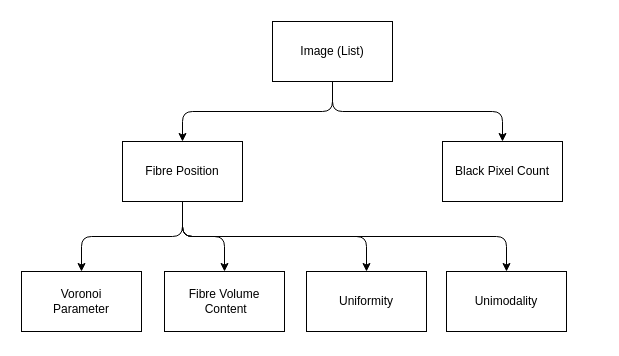
This is Unbenanntes Diagramm.drawio from kay-squared/PyTorchLearn, a draw.io file, before an edit. Source tidied: cells renumbered, new cells numbered last; positions are measured from the earlier drawing's top-left corner, leaving out a move shared by most shapes. Both pictures are drawn from the tidied source at 100%, with x=0, y=0 at pixel (21, 21).
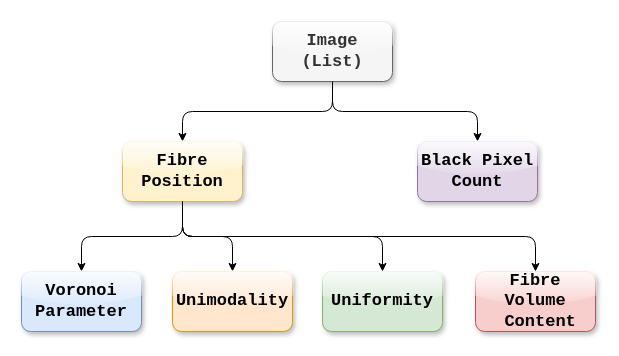
After the change.

Change to the diagram source:
```diff
@@
 <mxGraphModel>
   <root>
     <mxCell id="0" />
     <mxCell id="1" parent="0" />
     <mxCell id="2" style="edgeStyle=elbowEdgeStyle;elbow=vertical;html=1;rounded=1;curved=0;sourcePerimeterSpacing=0;targetPerimeterSpacing=0;startSize=6;endSize=6;exitX=0.5;exitY=1;exitDx=0;exitDy=0;entryX=0.5;entryY=0;entryDx=0;entryDy=0;" parent="1" edge="1" source="3" target="4">
       <mxGeometry relative="1" as="geometry" />
     </mxCell>
-    <mxCell id="3" value="Image (List)" style="rounded=0;whiteSpace=wrap;html=1;" parent="1" vertex="1">
+    <mxCell id="3" value="Image (List)" style="rounded=1;whiteSpace=wrap;html=1;fillColor=#f5f5f5;fontColor=#333333;strokeColor=#666666;fontFamily=Courier New;fontSize=17;fontStyle=1;glass=1;shadow=1;" parent="1" vertex="1">
       <mxGeometry x="251" width="120" height="60" as="geometry" />
     </mxCell>
-    <mxCell id="4" value="Fibre Position" style="rounded=0;whiteSpace=wrap;html=1;" parent="1" vertex="1">
+    <mxCell id="4" value="Fibre Position" style="rounded=1;whiteSpace=wrap;html=1;fillColor=#fff2cc;strokeColor=#d6b656;fontFamily=Courier New;fontSize=17;fontStyle=1;glass=1;shadow=1;" parent="1" vertex="1">
       <mxGeometry x="101" y="120" width="120" height="60" as="geometry" />
     </mxCell>
     <mxCell id="5" style="edgeStyle=elbowEdgeStyle;elbow=vertical;html=1;rounded=1;curved=0;sourcePerimeterSpacing=0;targetPerimeterSpacing=0;startSize=6;endSize=6;entryX=0.5;entryY=0;entryDx=0;entryDy=0;exitX=0.5;exitY=1;exitDx=0;exitDy=0;" parent="1" edge="1" source="3" target="6">
       <mxGeometry relative="1" as="geometry" />
     </mxCell>
-    <mxCell id="6" value="Black Pixel Count" style="rounded=0;whiteSpace=wrap;html=1;" parent="1" vertex="1">
-      <mxGeometry x="421" y="120" width="120" height="60" as="geometry" />
+    <mxCell id="6" value="Black Pixel Count" style="rounded=1;whiteSpace=wrap;html=1;fillColor=#e1d5e7;strokeColor=#9673a6;fontFamily=Courier New;fontSize=17;fontStyle=1;glass=1;shadow=1;" parent="1" vertex="1">
+      <mxGeometry x="396" y="120" width="120" height="60" as="geometry" />
     </mxCell>
     <mxCell id="7" style="edgeStyle=elbowEdgeStyle;elbow=vertical;html=1;rounded=1;curved=0;sourcePerimeterSpacing=0;targetPerimeterSpacing=0;startSize=6;endSize=6;exitX=0.5;exitY=1;exitDx=0;exitDy=0;entryX=0.5;entryY=0;entryDx=0;entryDy=0;" parent="1" edge="1" source="4" target="9">
       <mxGeometry relative="1" as="geometry" />
     </mxCell>
     <mxCell id="8" style="edgeStyle=elbowEdgeStyle;elbow=vertical;html=1;rounded=1;curved=0;sourcePerimeterSpacing=0;targetPerimeterSpacing=0;startSize=6;endSize=6;entryX=0.5;entryY=0;entryDx=0;entryDy=0;" parent="1" edge="1" target="11">
       <mxGeometry relative="1" as="geometry">
         <mxPoint x="161" y="180" as="sourcePoint" />
       </mxGeometry>
     </mxCell>
-    <mxCell id="9" value="Voronoi&lt;br&gt;Parameter" style="rounded=0;whiteSpace=wrap;html=1;" parent="1" vertex="1">
+    <mxCell id="9" value="Voronoi&lt;br style=&quot;font-size: 17px;&quot;&gt;Parameter" style="rounded=1;whiteSpace=wrap;html=1;fillColor=#dae8fc;strokeColor=#6c8ebf;fontFamily=Courier New;fontSize=17;fontStyle=1;glass=1;shadow=1;" parent="1" vertex="1">
       <mxGeometry y="250" width="120" height="60" as="geometry" />
     </mxCell>
-    <mxCell id="10" value="Fibre Volume&lt;br&gt;&amp;nbsp;Content" style="rounded=0;whiteSpace=wrap;html=1;" parent="1" vertex="1">
-      <mxGeometry x="143" y="250" width="120" height="60" as="geometry" />
+    <mxCell id="10" value="Fibre Volume&lt;br style=&quot;font-size: 17px;&quot;&gt;&amp;nbsp;Content" style="rounded=1;whiteSpace=wrap;html=1;fillColor=#f8cecc;strokeColor=#b85450;fontFamily=Courier New;fontSize=17;fontStyle=1;glass=1;shadow=1;" parent="1" vertex="1">
+      <mxGeometry x="454" y="250" width="120" height="60" as="geometry" />
     </mxCell>
-    <mxCell id="11" value="Uniformity" style="rounded=0;whiteSpace=wrap;html=1;" parent="1" vertex="1">
-      <mxGeometry x="285" y="250" width="120" height="60" as="geometry" />
+    <mxCell id="11" value="Unimodality" style="rounded=1;whiteSpace=wrap;html=1;fillColor=#ffe6cc;strokeColor=#d79b00;fontFamily=Courier New;fontSize=17;fontStyle=1;glass=1;shadow=1;" parent="1" vertex="1">
+      <mxGeometry x="151" y="250" width="120" height="60" as="geometry" />
     </mxCell>
-    <mxCell id="12" value="Unimodality" style="rounded=0;whiteSpace=wrap;html=1;" parent="1" vertex="1">
-      <mxGeometry x="425" y="250" width="120" height="60" as="geometry" />
+    <mxCell id="12" value="Uniformity" style="rounded=1;whiteSpace=wrap;html=1;fillColor=#d5e8d4;strokeColor=#82b366;fontFamily=Courier New;fontSize=17;fontStyle=1;glass=1;shadow=1;" parent="1" vertex="1">
+      <mxGeometry x="301" y="250" width="120" height="60" as="geometry" />
     </mxCell>
     <mxCell id="13" style="edgeStyle=elbowEdgeStyle;elbow=vertical;html=1;rounded=1;curved=0;sourcePerimeterSpacing=0;targetPerimeterSpacing=0;startSize=6;endSize=6;entryX=0.5;entryY=0;entryDx=0;entryDy=0;exitX=0.5;exitY=1;exitDx=0;exitDy=0;" parent="1" edge="1" source="4" target="12">
       <mxGeometry relative="1" as="geometry" />
     </mxCell>
     <mxCell id="14" style="edgeStyle=elbowEdgeStyle;elbow=vertical;html=1;rounded=1;curved=0;sourcePerimeterSpacing=0;targetPerimeterSpacing=0;startSize=6;endSize=6;entryX=0.5;entryY=0;entryDx=0;entryDy=0;exitX=0.5;exitY=1;exitDx=0;exitDy=0;" parent="1" edge="1" source="4" target="10">
       <mxGeometry relative="1" as="geometry" />
     </mxCell>
   </root>
 </mxGraphModel>
```
